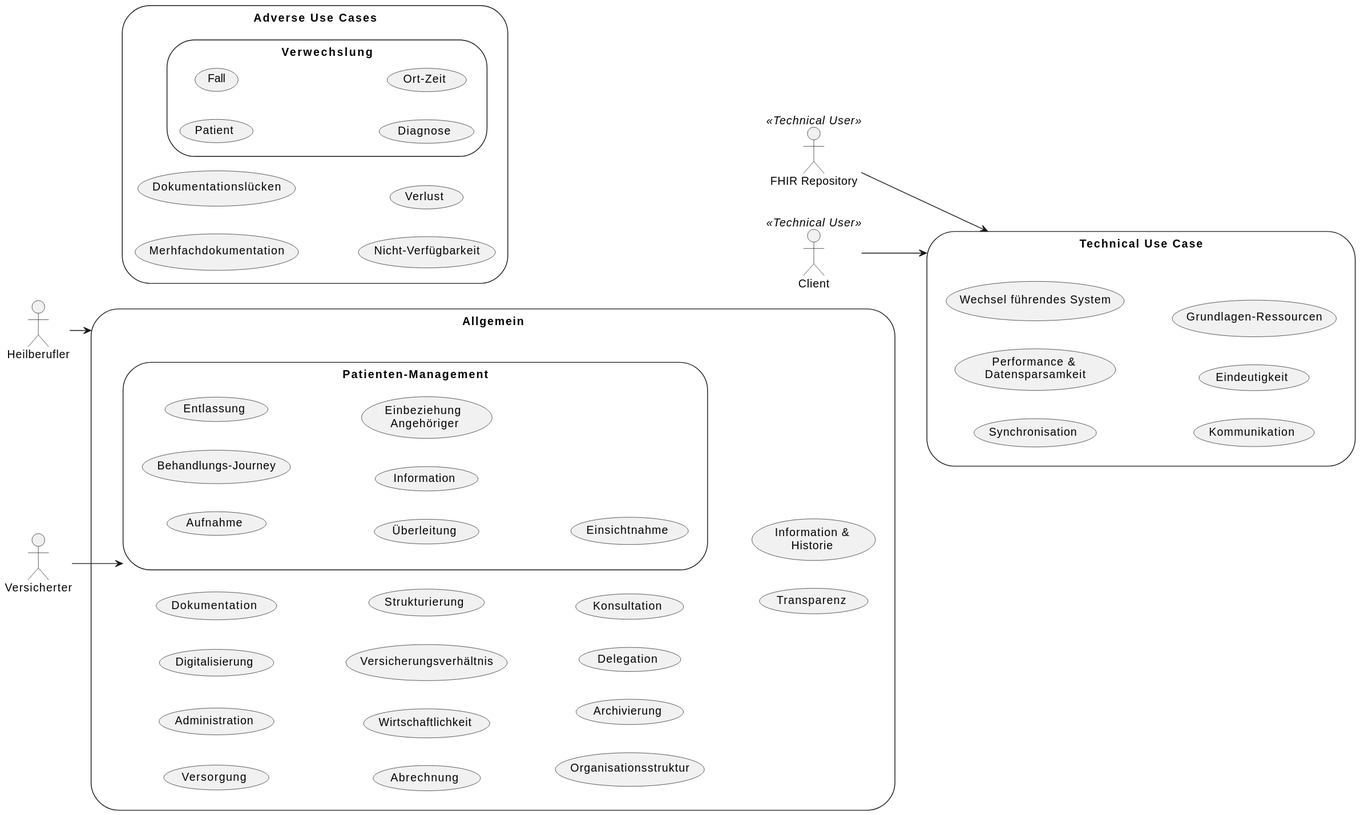
Before: Material/images/diagrams/usecases.svg, a diagram exported from PlantUML (gematik/spec-ISiK-Basismodul).
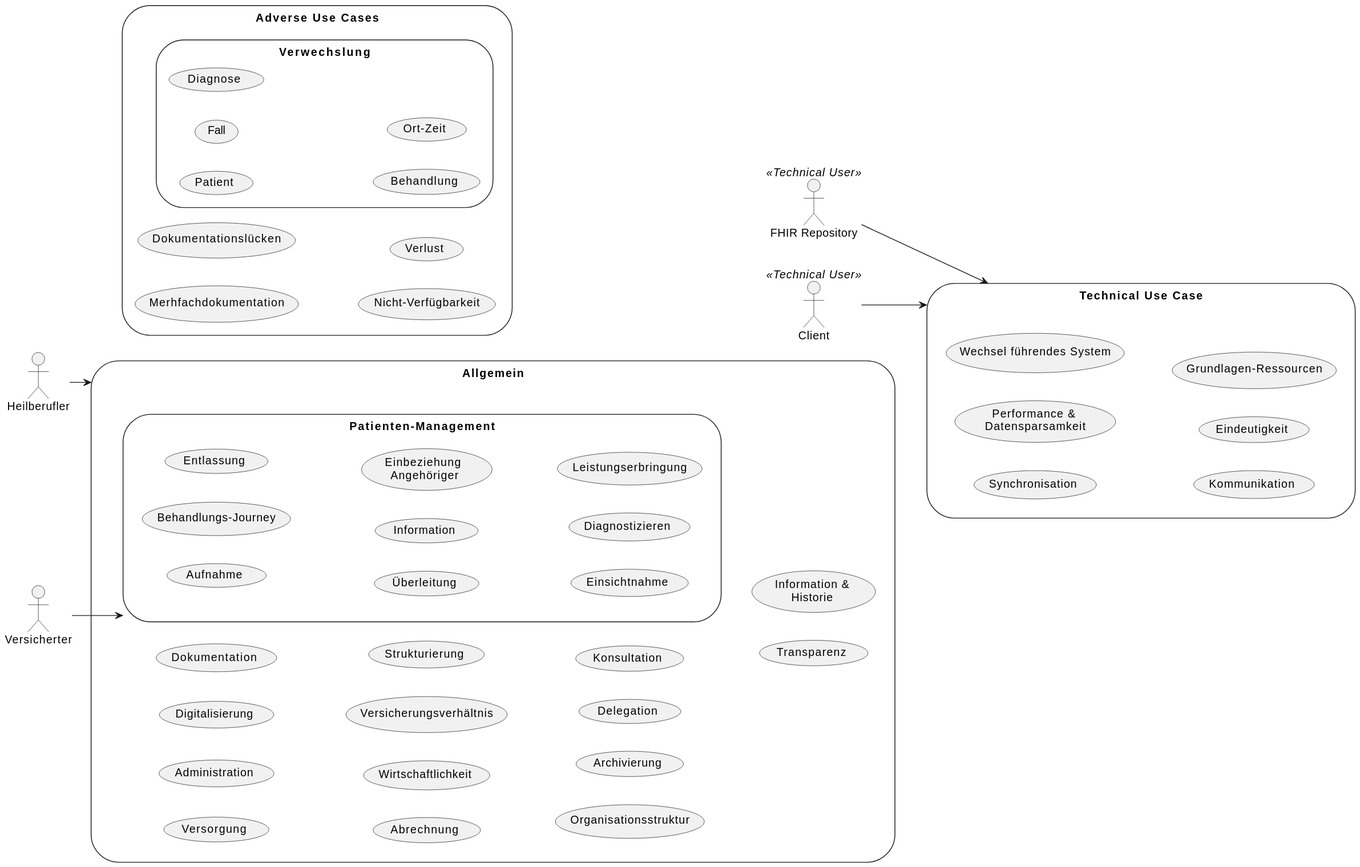
Later version of the same file.

Commit message:
auto-generated diagrams by GitHub Action after source code change

What changed in the source:
```diff
@@ -29,6 +29,8 @@
         (Information)
         (Einbeziehung \nAngehöriger)
         (Einsichtnahme)
+        (Diagnostizieren)
+        (Leistungserbringung)
     }
 }
 
@@ -37,6 +39,7 @@
         (Patient)
         (Fall)
         (Diagnose)
+        (Behandlung)
         (Ort-Zeit)
     }
     (Merhfachdokumentation)
```
